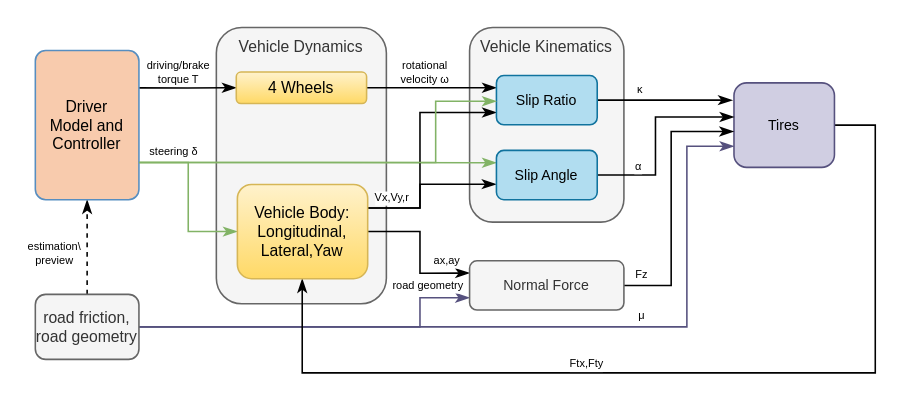
Earlier version of the draw.io diagram vehicle dynamics.drawio (LimingGao/draw_io). Source tidied: cells renumbered, new cells numbered last; positions are measured from the earlier drawing's top-left corner, leaving out a move shared by most shapes. Both pictures are drawn from the tidied source at 157%, with x=0, y=0 at pixel (35, 27).
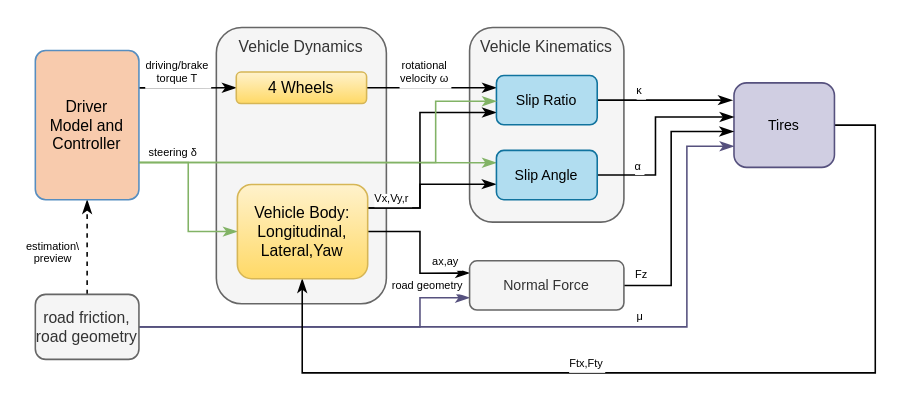
The same page after the edit.

The change refers to these unchanged cells:
```xml
<mxCell id="8" value="road friction,&#10;road geometry" style="rounded=1;labelBackgroundColor=none;arcSize=16;verticalAlign=middle;fontSize=10;align=center;fillColor=#f5f5f5;strokeColor=#666666;fontColor=#333333;" parent="1" vertex="1">
  <mxGeometry y="170" width="66" height="41.4" as="geometry" />
</mxCell>
<mxCell id="16" value="Driver &#10;Model and &#10;Controller" style="rounded=1;align=center;verticalAlign=middle;fontSize=10;fontStyle=0;fillColor=#F8CBAD;strokeColor=#578EC0;arcSize=10;" parent="1" vertex="1">
  <mxGeometry y="14.7" width="66" height="95" as="geometry" />
</mxCell>
<mxCell id="19" value="4 Wheels" style="rounded=1;align=center;verticalAlign=middle;fontSize=10;fontStyle=0;fillColor=#fff2cc;strokeColor=#d6b656;gradientColor=#ffd966;" parent="1" vertex="1">
  <mxGeometry x="128" y="28.4" width="83" height="20" as="geometry" />
</mxCell>
<mxCell id="23" value="Tires" style="rounded=1;align=center;verticalAlign=middle;fillColor=#d0cee2;strokeColor=#56517e;fontSize=9;fontStyle=0;" parent="1" vertex="1">
  <mxGeometry x="445" y="35.3" width="64" height="53.8" as="geometry" />
</mxCell>
<mxCell id="29" value="Vehicle Body:&#10;Longitudinal,&#10;Lateral,Yaw" style="rounded=1;align=center;verticalAlign=middle;fontSize=10;fontStyle=0;fillColor=#fff2cc;strokeColor=#d6b656;gradientColor=#ffd966;" parent="1" vertex="1">
  <mxGeometry x="128.7" y="100" width="83" height="60" as="geometry" />
</mxCell>
<mxCell id="32" value="Slip Angle" style="rounded=1;align=center;verticalAlign=middle;fillColor=#b1ddf0;strokeColor=#10739e;fontSize=9;fontStyle=0;" parent="1" vertex="1">
  <mxGeometry x="293.7" y="78.3" width="64.2" height="31.4" as="geometry" />
</mxCell>
<mxCell id="35" value="Slip Ratio" style="rounded=1;align=center;verticalAlign=middle;fillColor=#b1ddf0;strokeColor=#10739e;fontSize=9;fontStyle=0;" parent="1" vertex="1">
  <mxGeometry x="293.7" y="30.6" width="64.2" height="31.4" as="geometry" />
</mxCell>
<mxCell id="39" value="Normal Force" style="rounded=1;align=center;verticalAlign=middle;fontSize=9;fontStyle=0;fillColor=#f5f5f5;strokeColor=#666666;fontColor=#333333;" parent="1" vertex="1">
  <mxGeometry x="276.6" y="148.6" width="98.3" height="31.4" as="geometry" />
</mxCell>
```

What changed in the source:
```diff
@@
-    <mxCell id="2" style="edgeStyle=orthogonalEdgeStyle;rounded=0;jettySize=auto;html=1;entryX=0;entryY=0.75;entryDx=0;entryDy=0;startArrow=none;startFill=0;endArrow=classicThin;endFill=1;fontSize=10;fillColor=#d0cee2;strokeColor=#56517e;" parent="1" edge="1" source="8" target="39">
+    <mxCell id="2" style="edgeStyle=orthogonalEdgeStyle;rounded=0;jettySize=auto;entryX=0;entryY=0.75;entryDx=0;entryDy=0;startArrow=none;startFill=0;endArrow=classicThin;endFill=1;fontSize=10;fillColor=#d0cee2;strokeColor=#56517e;" parent="1" edge="1" source="8" target="39">
       <mxGeometry relative="1" as="geometry">
         <Array as="points">
           <mxPoint x="245" y="191" />
           <mxPoint x="245" y="172" />
         </Array>
       </mxGeometry>
     </mxCell>
-    <mxCell id="3" value="road geometry" style="edgeLabel;html=1;align=center;verticalAlign=middle;fontSize=7;" parent="2" vertex="1">
+    <mxCell id="3" value="road geometry" style="edgeLabel;align=center;verticalAlign=middle;fontSize=7;" parent="2" vertex="1">
       <mxGeometry x="0.28" y="1" relative="1" as="geometry">
         <mxPoint x="36.6" y="-25.4" as="offset" />
       </mxGeometry>
     </mxCell>
-    <mxCell id="4" style="edgeStyle=orthogonalEdgeStyle;rounded=0;jettySize=auto;html=1;entryX=0;entryY=0.75;entryDx=0;entryDy=0;startArrow=none;startFill=0;endArrow=classicThin;endFill=1;fontSize=7;fillColor=#d0cee2;strokeColor=#56517e;" parent="1" edge="1" source="8" target="23">
+    <mxCell id="4" style="edgeStyle=orthogonalEdgeStyle;rounded=0;jettySize=auto;entryX=0;entryY=0.75;entryDx=0;entryDy=0;startArrow=none;startFill=0;endArrow=classicThin;endFill=1;fontSize=7;fillColor=#d0cee2;strokeColor=#56517e;" parent="1" edge="1" source="8" target="23">
       <mxGeometry relative="1" as="geometry">
         <Array as="points">
           <mxPoint x="415" y="191" />
           <mxPoint x="415" y="76" />
         </Array>
       </mxGeometry>
     </mxCell>
-    <mxCell id="5" value="μ" style="edgeLabel;html=1;align=center;verticalAlign=middle;fontSize=7;" parent="4" vertex="1">
+    <mxCell id="5" value="μ" style="edgeLabel;align=center;verticalAlign=middle;fontSize=7;" parent="4" vertex="1">
       <mxGeometry x="0.38" y="-1" relative="1" as="geometry">
         <mxPoint x="-22" y="-8" as="offset" />
       </mxGeometry>
     </mxCell>
-    <mxCell id="6" style="edgeStyle=orthogonalEdgeStyle;rounded=0;jettySize=auto;html=1;startArrow=none;startFill=0;endArrow=classicThin;endFill=1;fontSize=7;dashed=1;" parent="1" edge="1" source="8" target="16">
+    <mxCell id="6" style="edgeStyle=orthogonalEdgeStyle;rounded=0;jettySize=auto;startArrow=none;startFill=0;endArrow=classicThin;endFill=1;fontSize=7;dashed=1;" parent="1" edge="1" source="8" target="16">
       <mxGeometry relative="1" as="geometry" />
     </mxCell>
-    <mxCell id="7" value="estimation\&lt;br&gt;preview" style="edgeLabel;html=1;align=center;verticalAlign=middle;fontSize=7;" parent="6" vertex="1">
+    <mxCell id="7" value="estimation\&#10;preview" style="edgeLabel;align=center;verticalAlign=middle;fontSize=7;" parent="6" vertex="1">
       <mxGeometry x="-0.25" relative="1" as="geometry">
         <mxPoint x="-22" y="-4" as="offset" />
       </mxGeometry>
     </mxCell>
@@
-    <mxCell id="11" style="edgeStyle=orthogonalEdgeStyle;rounded=0;jettySize=auto;html=1;entryX=0;entryY=0.5;entryDx=0;entryDy=0;exitX=1;exitY=0.25;exitDx=0;exitDy=0;endArrow=classicThin;endFill=1;" parent="1" edge="1" source="16" target="19">
+    <mxCell id="11" style="edgeStyle=orthogonalEdgeStyle;rounded=0;jettySize=auto;entryX=0;entryY=0.5;entryDx=0;entryDy=0;exitX=1;exitY=0.25;exitDx=0;exitDy=0;endArrow=classicThin;endFill=1;" parent="1" edge="1" source="16" target="19">
       <mxGeometry relative="1" as="geometry" />
     </mxCell>
-    <mxCell id="12" value="driving/brake &lt;br&gt;torque T" style="edgeLabel;html=1;align=center;verticalAlign=middle;fontSize=7;" parent="11" vertex="1">
+    <mxCell id="12" value="driving/brake &#10;torque T" style="edgeLabel;align=center;verticalAlign=middle;fontSize=7;" parent="11" vertex="1">
       <mxGeometry x="-0.26" y="-1" relative="1" as="geometry">
         <mxPoint x="1.2" y="-11.4" as="offset" />
       </mxGeometry>
     </mxCell>
-    <mxCell id="13" style="edgeStyle=orthogonalEdgeStyle;rounded=0;jettySize=auto;html=1;exitX=1;exitY=0.75;exitDx=0;exitDy=0;fontSize=7;endArrow=classicThin;endFill=1;fillColor=#d5e8d4;strokeColor=#82b366;" parent="1" edge="1" source="16" target="29">
+    <mxCell id="13" style="edgeStyle=orthogonalEdgeStyle;rounded=0;jettySize=auto;exitX=1;exitY=0.75;exitDx=0;exitDy=0;fontSize=7;endArrow=classicThin;endFill=1;fillColor=#d5e8d4;strokeColor=#82b366;" parent="1" edge="1" source="16" target="29">
       <mxGeometry relative="1" as="geometry" />
     </mxCell>
-    <mxCell id="14" value="steering δ" style="edgeLabel;html=1;align=center;verticalAlign=middle;fontSize=7;" parent="13" vertex="1">
+    <mxCell id="14" value="steering δ" style="edgeLabel;align=center;verticalAlign=middle;fontSize=7;" parent="13" vertex="1">
       <mxGeometry x="-0.2" y="1" relative="1" as="geometry">
         <mxPoint x="-10.9" y="-18.1" as="offset" />
       </mxGeometry>
     </mxCell>
-    <mxCell id="15" style="edgeStyle=orthogonalEdgeStyle;rounded=0;jettySize=auto;html=1;exitX=1;exitY=0.75;exitDx=0;exitDy=0;entryX=0;entryY=0.25;entryDx=0;entryDy=0;fontSize=7;endArrow=classicThin;endFill=1;fillColor=#d5e8d4;strokeColor=#82b366;" parent="1" edge="1" source="16" target="32">
+    <mxCell id="15" style="edgeStyle=orthogonalEdgeStyle;rounded=0;jettySize=auto;exitX=1;exitY=0.75;exitDx=0;exitDy=0;entryX=0;entryY=0.25;entryDx=0;entryDy=0;fontSize=7;endArrow=classicThin;endFill=1;fillColor=#d5e8d4;strokeColor=#82b366;" parent="1" edge="1" source="16" target="32">
       <mxGeometry relative="1" as="geometry" />
     </mxCell>
@@
-    <mxCell id="17" style="edgeStyle=orthogonalEdgeStyle;rounded=0;jettySize=auto;html=1;fontSize=7;entryX=0;entryY=0.25;entryDx=0;entryDy=0;endArrow=classicThin;endFill=1;" parent="1" edge="1" source="19" target="35">
+    <mxCell id="17" style="edgeStyle=orthogonalEdgeStyle;rounded=0;jettySize=auto;fontSize=7;entryX=0;entryY=0.25;entryDx=0;entryDy=0;endArrow=classicThin;endFill=1;" parent="1" edge="1" source="19" target="35">
       <mxGeometry relative="1" as="geometry" />
     </mxCell>
-    <mxCell id="18" value="rotational &lt;br&gt;velocity&amp;nbsp;ω" style="edgeLabel;html=1;align=center;verticalAlign=middle;fontSize=7;" parent="17" vertex="1">
+    <mxCell id="18" value="rotational &#10;velocity ω" style="edgeLabel;align=center;verticalAlign=middle;fontSize=7;" parent="17" vertex="1">
       <mxGeometry x="0.17" relative="1" as="geometry">
         <mxPoint x="-11.2" y="-10.4" as="offset" />
       </mxGeometry>
     </mxCell>
@@
-    <mxCell id="20" style="edgeStyle=orthogonalEdgeStyle;rounded=0;orthogonalLoop=1;jettySize=auto;html=1;exitX=0.5;exitY=1;exitDx=0;exitDy=0;" parent="1" edge="1" source="19" target="19">
+    <mxCell id="20" style="edgeStyle=orthogonalEdgeStyle;rounded=0;orthogonalLoop=1;jettySize=auto;exitX=0.5;exitY=1;exitDx=0;exitDy=0;" parent="1" edge="1" source="19" target="19">
       <mxGeometry relative="1" as="geometry" />
     </mxCell>
-    <mxCell id="21" style="edgeStyle=orthogonalEdgeStyle;rounded=0;jettySize=auto;html=1;exitX=1;exitY=0.5;exitDx=0;exitDy=0;fontSize=7;endArrow=classicThin;endFill=1;" parent="1" edge="1" source="23">
+    <mxCell id="21" style="edgeStyle=orthogonalEdgeStyle;rounded=0;jettySize=auto;exitX=1;exitY=0.5;exitDx=0;exitDy=0;fontSize=7;endArrow=classicThin;endFill=1;" parent="1" edge="1" source="23">
       <mxGeometry relative="1" as="geometry">
         <mxPoint x="170" y="160" as="targetPoint" />
         <Array as="points">
           <mxPoint x="535" y="62" />
           <mxPoint x="535" y="220" />
           <mxPoint x="170" y="220" />
         </Array>
       </mxGeometry>
     </mxCell>
-    <mxCell id="22" value="Ftx,Fty" style="edgeLabel;html=1;align=center;verticalAlign=middle;fontSize=7;" parent="21" vertex="1">
+    <mxCell id="22" value="Ftx,Fty" style="edgeLabel;align=center;verticalAlign=middle;fontSize=7;" parent="21" vertex="1">
       <mxGeometry x="0.22" relative="1" as="geometry">
         <mxPoint x="3" y="-6" as="offset" />
       </mxGeometry>
     </mxCell>
@@
-    <mxCell id="24" style="edgeStyle=orthogonalEdgeStyle;rounded=0;jettySize=auto;html=1;fontSize=7;entryX=-0.003;entryY=0.685;entryDx=0;entryDy=0;entryPerimeter=0;endArrow=classicThin;endFill=1;exitX=1;exitY=0.25;exitDx=0;exitDy=0;" parent="1" edge="1" source="29" target="32">
+    <mxCell id="24" style="edgeStyle=orthogonalEdgeStyle;rounded=0;jettySize=auto;fontSize=7;entryX=-0.003;entryY=0.685;entryDx=0;entryDy=0;entryPerimeter=0;endArrow=classicThin;endFill=1;exitX=1;exitY=0.25;exitDx=0;exitDy=0;" parent="1" edge="1" source="29" target="32">
       <mxGeometry relative="1" as="geometry">
         <Array as="points">
           <mxPoint x="245" y="115" />
           <mxPoint x="245" y="100" />
         </Array>
       </mxGeometry>
     </mxCell>
-    <mxCell id="25" value="Vx,Vy,r" style="edgeLabel;html=1;align=center;verticalAlign=middle;fontSize=7;" parent="24" vertex="1">
+    <mxCell id="25" value="Vx,Vy,r" style="edgeLabel;align=center;verticalAlign=middle;fontSize=7;" parent="24" vertex="1">
       <mxGeometry x="-0.62" relative="1" as="geometry">
         <mxPoint x="-2.9" y="-6.3" as="offset" />
       </mxGeometry>
     </mxCell>
-    <mxCell id="26" style="edgeStyle=orthogonalEdgeStyle;rounded=0;jettySize=auto;html=1;startArrow=none;startFill=0;endArrow=classicThin;endFill=1;fontSize=7;entryX=0;entryY=0.75;entryDx=0;entryDy=0;exitX=1;exitY=0.25;exitDx=0;exitDy=0;" parent="1" edge="1" source="29" target="35">
+    <mxCell id="26" style="edgeStyle=orthogonalEdgeStyle;rounded=0;jettySize=auto;startArrow=none;startFill=0;endArrow=classicThin;endFill=1;fontSize=7;entryX=0;entryY=0.75;entryDx=0;entryDy=0;exitX=1;exitY=0.25;exitDx=0;exitDy=0;" parent="1" edge="1" source="29" target="35">
       <mxGeometry relative="1" as="geometry">
         <Array as="points">
           <mxPoint x="245" y="115" />
           <mxPoint x="245" y="55" />
         </Array>
       </mxGeometry>
     </mxCell>
-    <mxCell id="27" style="edgeStyle=orthogonalEdgeStyle;rounded=0;jettySize=auto;html=1;startArrow=none;startFill=0;endArrow=classicThin;endFill=1;fontSize=7;entryX=0;entryY=0.25;entryDx=0;entryDy=0;" parent="1" edge="1" source="29" target="39">
+    <mxCell id="27" style="edgeStyle=orthogonalEdgeStyle;rounded=0;jettySize=auto;startArrow=none;startFill=0;endArrow=classicThin;endFill=1;fontSize=7;entryX=0;entryY=0.25;entryDx=0;entryDy=0;" parent="1" edge="1" source="29" target="39">
       <mxGeometry relative="1" as="geometry">
         <Array as="points">
           <mxPoint x="245" y="130" />
           <mxPoint x="245" y="156" />
         </Array>
       </mxGeometry>
     </mxCell>
-    <mxCell id="28" value="ax,ay" style="edgeLabel;html=1;align=center;verticalAlign=middle;fontSize=7;" parent="27" vertex="1">
+    <mxCell id="28" value="ax,ay" style="edgeLabel;align=center;verticalAlign=middle;fontSize=7;" parent="27" vertex="1">
       <mxGeometry x="-0.54" y="1" relative="1" as="geometry">
         <mxPoint x="28.4" y="19.6" as="offset" />
       </mxGeometry>
     </mxCell>
@@
-    <mxCell id="30" style="edgeStyle=orthogonalEdgeStyle;rounded=0;jettySize=auto;html=1;startArrow=none;startFill=0;endArrow=classicThin;endFill=1;fontSize=7;" parent="1" edge="1" source="32" target="23">
+    <mxCell id="30" style="edgeStyle=orthogonalEdgeStyle;rounded=0;jettySize=auto;startArrow=none;startFill=0;endArrow=classicThin;endFill=1;fontSize=7;" parent="1" edge="1" source="32" target="23">
       <mxGeometry relative="1" as="geometry">
         <Array as="points">
           <mxPoint x="395" y="94" />
           <mxPoint x="395" y="57" />
         </Array>
       </mxGeometry>
     </mxCell>
-    <mxCell id="31" value="α" style="edgeLabel;html=1;align=center;verticalAlign=middle;fontSize=7;" parent="30" vertex="1">
+    <mxCell id="31" value="α" style="edgeLabel;align=center;verticalAlign=middle;fontSize=7;" parent="30" vertex="1">
       <mxGeometry x="-0.64" y="-1" relative="1" as="geometry">
         <mxPoint x="3.8" y="-6.9" as="offset" />
       </mxGeometry>
     </mxCell>
@@
-    <mxCell id="33" style="edgeStyle=orthogonalEdgeStyle;rounded=0;jettySize=auto;html=1;startArrow=none;startFill=0;endArrow=classicThin;endFill=1;fontSize=7;entryX=-0.016;entryY=0.204;entryDx=0;entryDy=0;entryPerimeter=0;" parent="1" edge="1" source="35" target="23">
+    <mxCell id="33" style="edgeStyle=orthogonalEdgeStyle;rounded=0;jettySize=auto;startArrow=none;startFill=0;endArrow=classicThin;endFill=1;fontSize=7;entryX=-0.016;entryY=0.204;entryDx=0;entryDy=0;entryPerimeter=0;" parent="1" edge="1" source="35" target="23">
       <mxGeometry relative="1" as="geometry" />
     </mxCell>
-    <mxCell id="34" value="κ" style="edgeLabel;html=1;align=center;verticalAlign=middle;fontSize=7;" parent="33" vertex="1">
+    <mxCell id="34" value="κ" style="edgeLabel;align=center;verticalAlign=middle;fontSize=7;" parent="33" vertex="1">
       <mxGeometry x="0.02" y="6" relative="1" as="geometry">
         <mxPoint x="-17.4" y="-0.3" as="offset" />
       </mxGeometry>
     </mxCell>
@@
-    <mxCell id="36" style="edgeStyle=orthogonalEdgeStyle;rounded=0;jettySize=auto;html=1;exitX=1;exitY=0.75;exitDx=0;exitDy=0;fontSize=7;endArrow=classicThin;endFill=1;fillColor=#d5e8d4;strokeColor=#82b366;" parent="1" edge="1" source="16" target="35">
+    <mxCell id="36" style="edgeStyle=orthogonalEdgeStyle;rounded=0;jettySize=auto;exitX=1;exitY=0.75;exitDx=0;exitDy=0;fontSize=7;endArrow=classicThin;endFill=1;fillColor=#d5e8d4;strokeColor=#82b366;" parent="1" edge="1" source="16" target="35">
       <mxGeometry relative="1" as="geometry">
         <Array as="points">
           <mxPoint x="255" y="86" />
           <mxPoint x="255" y="47" />
         </Array>
       </mxGeometry>
     </mxCell>
-    <mxCell id="37" style="edgeStyle=orthogonalEdgeStyle;rounded=0;jettySize=auto;html=1;entryX=-0.003;entryY=0.576;entryDx=0;entryDy=0;startArrow=none;startFill=0;endArrow=classicThin;endFill=1;fontSize=7;entryPerimeter=0;" parent="1" edge="1" source="39" target="23">
+    <mxCell id="37" style="edgeStyle=orthogonalEdgeStyle;rounded=0;jettySize=auto;entryX=-0.003;entryY=0.576;entryDx=0;entryDy=0;startArrow=none;startFill=0;endArrow=classicThin;endFill=1;fontSize=7;entryPerimeter=0;" parent="1" edge="1" source="39" target="23">
       <mxGeometry relative="1" as="geometry">
         <Array as="points">
           <mxPoint x="405" y="164" />
           <mxPoint x="405" y="66" />
         </Array>
       </mxGeometry>
     </mxCell>
-    <mxCell id="38" value="Fz" style="edgeLabel;html=1;align=center;verticalAlign=middle;fontSize=7;" parent="37" vertex="1">
+    <mxCell id="38" value="Fz" style="edgeLabel;align=center;verticalAlign=middle;fontSize=7;" parent="37" vertex="1">
       <mxGeometry x="-0.74" y="1" relative="1" as="geometry">
         <mxPoint x="-11" y="-6" as="offset" />
       </mxGeometry>
     </mxCell>
```
